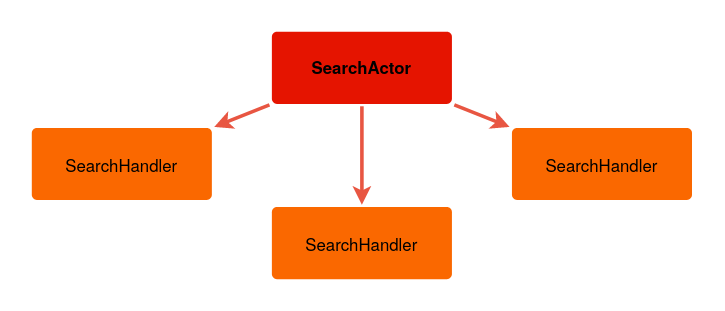
m00lecule/distributed-systems keeps this draw.io diagram as akka-shop/img/search.png. Above is the earlier version. Source tidied: cells renumbered, new cells last; positions are measured from the earlier drawing's top-left corner, leaving out a move shared by most shapes. The source it was exported from:
```xml
<mxGraphModel background="#ffffff">
  <root>
    <mxCell id="0" />
    <mxCell id="1" parent="0" />
    <mxCell id="2" style="edgeStyle=none;rounded=0;jumpStyle=none;html=1;shadow=0;labelBackgroundColor=none;startArrow=none;startFill=0;endArrow=classic;endFill=1;jettySize=auto;strokeColor=#E85642;strokeWidth=3;fontFamily=Helvetica;fontSize=14;fontColor=#000000;spacing=5;" parent="1" edge="1" source="5" target="8">
      <mxGeometry relative="1" as="geometry" />
    </mxCell>
    <mxCell id="3" style="edgeStyle=none;rounded=0;jumpStyle=none;html=1;shadow=0;labelBackgroundColor=none;startArrow=none;startFill=0;endArrow=classic;endFill=1;jettySize=auto;strokeColor=#E85642;strokeWidth=3;fontFamily=Helvetica;fontSize=14;fontColor=#000000;spacing=5;" parent="1" edge="1" source="5" target="7">
      <mxGeometry relative="1" as="geometry" />
    </mxCell>
    <mxCell id="4" style="edgeStyle=none;rounded=0;jumpStyle=none;html=1;shadow=0;labelBackgroundColor=none;startArrow=none;startFill=0;endArrow=classic;endFill=1;jettySize=auto;strokeColor=#E85642;strokeWidth=3;fontFamily=Helvetica;fontSize=14;fontColor=#000000;spacing=5;" parent="1" edge="1" source="5" target="6">
      <mxGeometry relative="1" as="geometry" />
    </mxCell>
    <mxCell id="5" value="SearchActor" style="rounded=1;whiteSpace=wrap;html=1;shadow=0;labelBackgroundColor=none;strokeColor=none;strokeWidth=3;fillColor=#e51400;fontFamily=Helvetica;fontSize=14;fontColor=#000000;align=center;spacing=5;fontStyle=1;arcSize=7;perimeterSpacing=2;" parent="1" vertex="1">
      <mxGeometry x="200" width="150" height="60" as="geometry" />
    </mxCell>
    <mxCell id="6" value="SearchHandler" style="rounded=1;whiteSpace=wrap;html=1;shadow=0;labelBackgroundColor=none;strokeColor=none;strokeWidth=3;fillColor=#fa6800;fontFamily=Helvetica;fontSize=14;align=center;spacing=5;arcSize=7;perimeterSpacing=2;fontColor=#000000;" parent="1" vertex="1">
      <mxGeometry x="400" y="80" width="150" height="60" as="geometry" />
    </mxCell>
    <mxCell id="7" value="SearchHandler" style="rounded=1;whiteSpace=wrap;html=1;shadow=0;labelBackgroundColor=none;strokeColor=none;strokeWidth=3;fillColor=#fa6800;fontFamily=Helvetica;fontSize=14;fontColor=#000000;align=center;spacing=5;arcSize=7;perimeterSpacing=2;" parent="1" vertex="1">
      <mxGeometry x="200" y="146" width="150" height="60" as="geometry" />
    </mxCell>
    <mxCell id="8" value="SearchHandler" style="rounded=1;whiteSpace=wrap;html=1;shadow=0;labelBackgroundColor=none;strokeColor=none;strokeWidth=3;fillColor=#fa6800;fontFamily=Helvetica;fontSize=14;fontColor=#000000;align=center;spacing=5;arcSize=7;perimeterSpacing=2;" parent="1" vertex="1">
      <mxGeometry y="80" width="150" height="60" as="geometry" />
    </mxCell>
  </root>
</mxGraphModel>
```
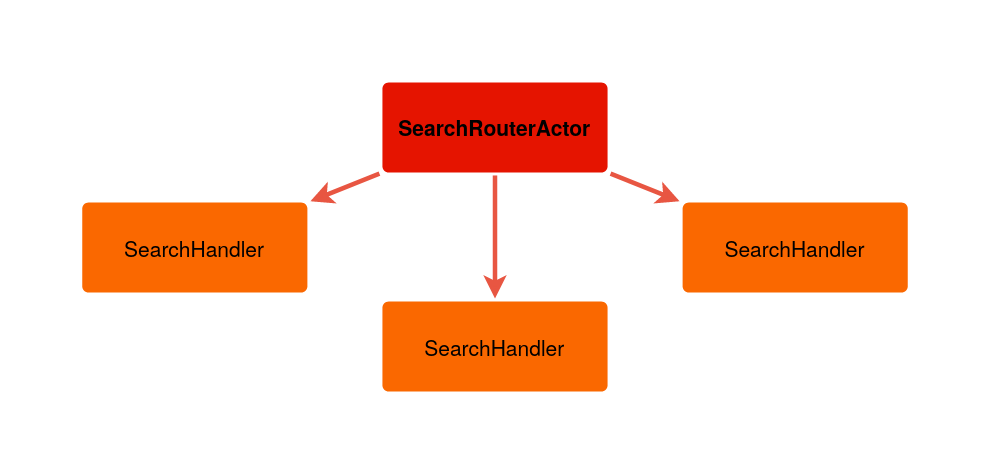
Above is the later version.

What changed in the source:
```diff
@@ -11,7 +11,7 @@
     <mxCell id="4" style="edgeStyle=none;rounded=0;jumpStyle=none;html=1;shadow=0;labelBackgroundColor=none;startArrow=none;startFill=0;endArrow=classic;endFill=1;jettySize=auto;strokeColor=#E85642;strokeWidth=3;fontFamily=Helvetica;fontSize=14;fontColor=#000000;spacing=5;" parent="1" edge="1" source="5" target="6">
       <mxGeometry relative="1" as="geometry" />
     </mxCell>
-    <mxCell id="5" value="SearchActor" style="rounded=1;whiteSpace=wrap;html=1;shadow=0;labelBackgroundColor=none;strokeColor=none;strokeWidth=3;fillColor=#e51400;fontFamily=Helvetica;fontSize=14;fontColor=#000000;align=center;spacing=5;fontStyle=1;arcSize=7;perimeterSpacing=2;" parent="1" vertex="1">
+    <mxCell id="5" value="SearchRouterActor" style="rounded=1;whiteSpace=wrap;html=1;shadow=0;labelBackgroundColor=none;strokeColor=none;strokeWidth=3;fillColor=#e51400;fontFamily=Helvetica;fontSize=14;fontColor=#000000;align=center;spacing=5;fontStyle=1;arcSize=7;perimeterSpacing=2;" parent="1" vertex="1">
       <mxGeometry x="200" width="150" height="60" as="geometry" />
     </mxCell>
     <mxCell id="6" value="SearchHandler" style="rounded=1;whiteSpace=wrap;html=1;shadow=0;labelBackgroundColor=none;strokeColor=none;strokeWidth=3;fillColor=#fa6800;fontFamily=Helvetica;fontSize=14;align=center;spacing=5;arcSize=7;perimeterSpacing=2;fontColor=#000000;" parent="1" vertex="1">
```
